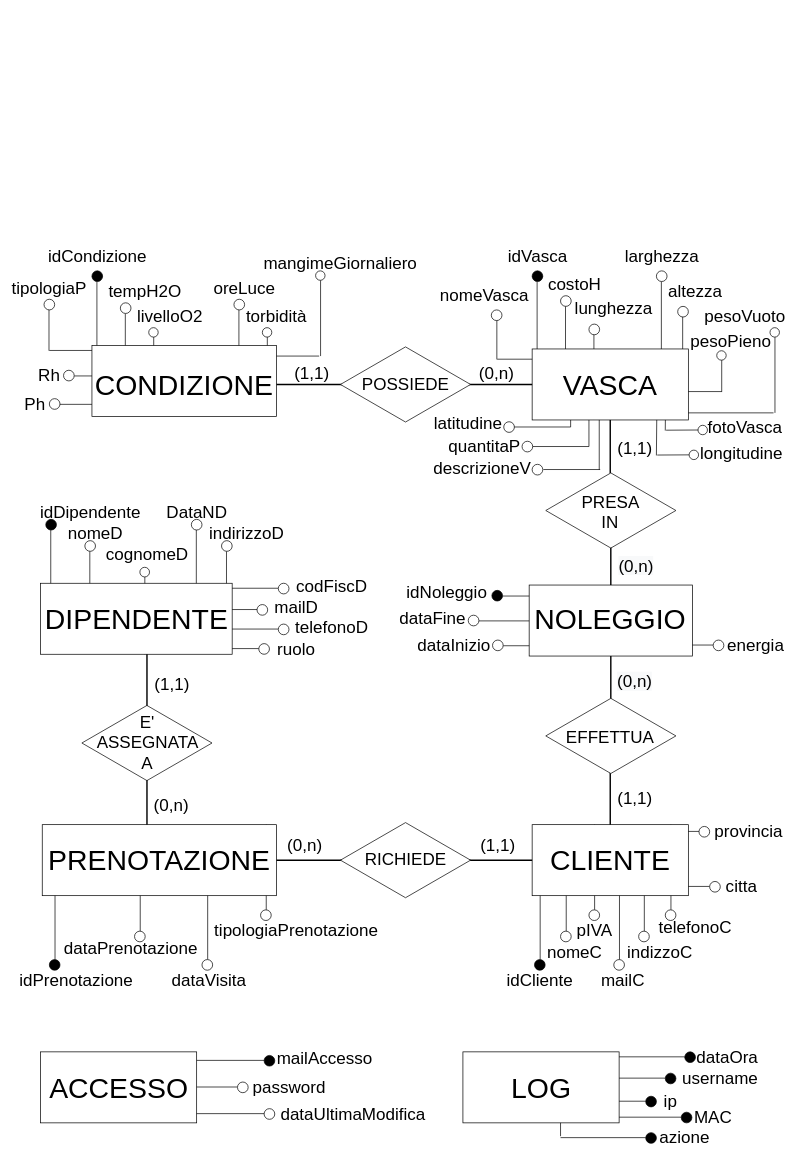
Above: Elaborato/ER.drawio in JacopoMattiaMarconi/Elaborato (draw.io), before the change. Source tidied: cells renumbered, new cells numbered last; positions are measured from the earlier drawing's top-left corner, leaving out a move shared by most shapes. Both pictures are drawn from the tidied source at 71%, with x=0, y=0 at pixel (21, 249).
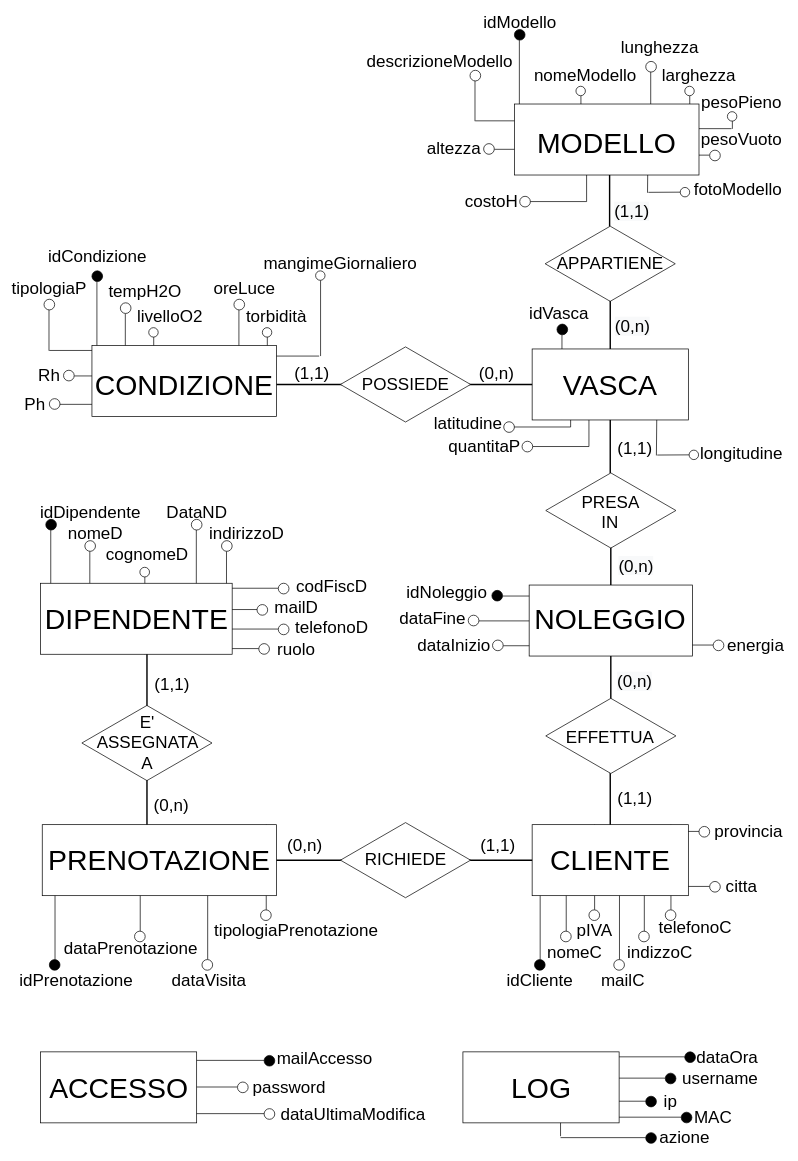
The same diagram, later.

The change refers to these unchanged cells:
```xml
<mxCell id="156" style="rounded=0;whiteSpace=wrap;html=1;" parent="1" vertex="1">
  <mxGeometry x="720" y="140" width="220" height="100" as="geometry" />
</mxCell>
```

What changed in the source:
```diff
@@
+    <mxCell id="280" style="group;" parent="1" vertex="1">
+      <mxGeometry x="702.5" y="-110" width="94.2" height="50" as="geometry" />
+    </mxCell>
+    <mxCell id="281" style="endArrow=none;html=1;" parent="280" edge="1">
+      <mxGeometry relative="1" as="geometry">
+        <mxPoint x="94.2" y="42.5" as="sourcePoint" />
+        <mxPoint x="94.2" as="targetPoint" />
+      </mxGeometry>
+    </mxCell>
+    <mxCell id="282" style="endArrow=none;html=1;" parent="280" edge="1">
+      <mxGeometry relative="1" as="geometry">
+        <mxPoint x="14.2" y="42.4" as="sourcePoint" />
+        <mxPoint x="94.2" y="42.4" as="targetPoint" />
+      </mxGeometry>
+    </mxCell>
+    <mxCell id="283" style="ellipse;whiteSpace=wrap;html=1;rotation=0;fillColor=#FFFFFF;" parent="280" vertex="1">
+      <mxGeometry y="35" width="15" height="15" as="geometry" />
+    </mxCell>
+    <mxCell id="284" style="group;rotation=90;" parent="1" vertex="1">
+      <mxGeometry x="910" y="-200" width="15" height="135" as="geometry" />
+    </mxCell>
+    <mxCell id="285" style="endArrow=none;html=1;" parent="284" edge="1">
+      <mxGeometry relative="1" as="geometry">
+        <mxPoint x="-60" y="67" as="sourcePoint" />
+        <mxPoint x="60" y="67" as="targetPoint" />
+      </mxGeometry>
+    </mxCell>
+    <mxCell id="286" style="ellipse;whiteSpace=wrap;html=1;rotation=90;fillColor=#FFFFFF;" parent="284" vertex="1">
+      <mxGeometry x="60" y="60" width="15" height="15" as="geometry" />
+    </mxCell>
+    <mxCell id="287" style="endArrow=none;html=1;" parent="1" edge="1">
+      <mxGeometry relative="1" as="geometry">
+        <mxPoint x="890.8" y="-170.3" as="sourcePoint" />
+        <mxPoint x="1000.8" y="-170.3" as="targetPoint" />
+      </mxGeometry>
+    </mxCell>
+    <mxCell id="288" style="group;" parent="1" vertex="1">
+      <mxGeometry x="882.5" y="-130" width="59.4" height="55.8" as="geometry" />
+    </mxCell>
+    <mxCell id="289" style="endArrow=none;html=1;" parent="288" edge="1">
+      <mxGeometry relative="1" as="geometry">
+        <mxPoint y="50" as="sourcePoint" />
+        <mxPoint x="0.5" as="targetPoint" />
+      </mxGeometry>
+    </mxCell>
+    <mxCell id="290" style="endArrow=none;html=1;entryX=0;entryY=0.5;entryDx=0;entryDy=0;" parent="288" edge="1" target="11">
+      <mxGeometry relative="1" as="geometry">
+        <mxPoint x="1.2" y="49.4" as="sourcePoint" />
+      </mxGeometry>
+    </mxCell>
+    <mxCell id="11" style="ellipse;whiteSpace=wrap;html=1;rotation=0;fillColor=#FFFFFF;" parent="288" vertex="1">
+      <mxGeometry x="46.1" y="42.5" width="13.3" height="13.3" as="geometry" />
+    </mxCell>
+    <mxCell id="291" style="line;strokeWidth=2;html=1;rotation=90;" parent="1" vertex="1">
+      <mxGeometry x="770" y="95" width="120" height="10" as="geometry" />
+    </mxCell>
@@
-    <mxCell id="8" style="group;" parent="1" vertex="1">
-      <mxGeometry x="907.5" y="205" width="59.4" height="55.8" as="geometry" />
-    </mxCell>
-    <mxCell id="9" style="endArrow=none;html=1;" parent="8" edge="1">
-      <mxGeometry relative="1" as="geometry">
-        <mxPoint y="50" as="sourcePoint" />
-        <mxPoint x="0.5" as="targetPoint" />
-      </mxGeometry>
-    </mxCell>
-    <mxCell id="10" style="endArrow=none;html=1;entryX=0;entryY=0.5;entryDx=0;entryDy=0;" parent="8" edge="1" target="11">
-      <mxGeometry relative="1" as="geometry">
-        <mxPoint x="1.2" y="49.4" as="sourcePoint" />
-      </mxGeometry>
-    </mxCell>
-    <mxCell id="11" style="ellipse;whiteSpace=wrap;html=1;rotation=0;fillColor=#FFFFFF;" parent="8" vertex="1">
-      <mxGeometry x="46.1" y="42.5" width="13.3" height="13.3" as="geometry" />
-    </mxCell>
@@
-    <mxCell id="20" style="group;" parent="1" vertex="1">
-      <mxGeometry x="720" y="190" width="102.5" height="127.5" as="geometry" />
-    </mxCell>
-    <mxCell id="21" style="group;rotation=0;" parent="20" vertex="1">
-      <mxGeometry x="87.5" width="15" height="120" as="geometry" />
-    </mxCell>
-    <mxCell id="22" style="endArrow=none;html=1;" parent="21" edge="1">
-      <mxGeometry relative="1" as="geometry">
-        <mxPoint x="7" y="120" as="sourcePoint" />
-        <mxPoint x="7" y="13.3" as="targetPoint" />
-      </mxGeometry>
-    </mxCell>
-    <mxCell id="23" style="endArrow=none;html=1;" parent="20" edge="1">
-      <mxGeometry relative="1" as="geometry">
-        <mxPoint x="15.8" y="119.8" as="sourcePoint" />
-        <mxPoint x="95.8" y="119.8" as="targetPoint" />
-      </mxGeometry>
-    </mxCell>
-    <mxCell id="24" style="ellipse;whiteSpace=wrap;html=1;rotation=0;fillColor=#FFFFFF;" parent="20" vertex="1">
-      <mxGeometry y="112.5" width="15" height="15" as="geometry" />
-    </mxCell>
@@
-    <mxCell id="28" style="endArrow=none;html=1;" parent="1" edge="1">
-      <mxGeometry relative="1" as="geometry">
-        <mxPoint x="670.8" y="154.4" as="sourcePoint" />
-        <mxPoint x="750.8" y="154.4" as="targetPoint" />
-      </mxGeometry>
-    </mxCell>
@@
-    <mxCell id="43" style="endArrow=none;html=1;exitX=0.091;exitY=0.9;exitDx=0;exitDy=0;exitPerimeter=0;" parent="1" edge="1" source="156">
-      <mxGeometry relative="1" as="geometry">
-        <mxPoint x="1060" y="230" as="targetPoint" />
-      </mxGeometry>
-    </mxCell>
-    <mxCell id="44" style="endArrow=none;html=1;" parent="1" edge="1">
-      <mxGeometry relative="1" as="geometry">
-        <mxPoint x="877.5" y="200" as="sourcePoint" />
-        <mxPoint x="987.5" y="200" as="targetPoint" />
-      </mxGeometry>
-    </mxCell>
@@
-    <mxCell id="129" style="group;rotation=0;" parent="1" vertex="1">
-      <mxGeometry x="925" y="80" width="15" height="135" as="geometry" />
-    </mxCell>
-    <mxCell id="130" style="endArrow=none;html=1;" parent="129" edge="1">
-      <mxGeometry relative="1" as="geometry">
-        <mxPoint x="7" y="135" as="sourcePoint" />
-        <mxPoint x="7" y="15" as="targetPoint" />
-      </mxGeometry>
-    </mxCell>
-    <mxCell id="131" style="ellipse;whiteSpace=wrap;html=1;rotation=0;fillColor=#FFFFFF;" parent="129" vertex="1">
-      <mxGeometry width="15" height="15" as="geometry" />
-    </mxCell>
-    <mxCell id="132" style="group;rotation=0;" parent="1" vertex="1">
-      <mxGeometry x="895" y="30" width="15" height="135" as="geometry" />
-    </mxCell>
-    <mxCell id="133" style="endArrow=none;html=1;" parent="132" edge="1">
-      <mxGeometry relative="1" as="geometry">
-        <mxPoint x="7" y="135" as="sourcePoint" />
-        <mxPoint x="7" y="15" as="targetPoint" />
-      </mxGeometry>
-    </mxCell>
-    <mxCell id="134" style="ellipse;whiteSpace=wrap;html=1;rotation=0;fillColor=#FFFFFF;" parent="132" vertex="1">
-      <mxGeometry width="15" height="15" as="geometry" />
-    </mxCell>
-    <mxCell id="135" style="group;rotation=0;" parent="1" vertex="1">
-      <mxGeometry x="800" y="105" width="55" height="135" as="geometry" />
-    </mxCell>
-    <mxCell id="136" style="ellipse;whiteSpace=wrap;html=1;rotation=0;fillColor=#FFFFFF;" parent="135" vertex="1">
-      <mxGeometry width="15" height="15" as="geometry" />
-    </mxCell>
-    <mxCell id="137" style="endArrow=none;html=1;" parent="135" edge="1">
-      <mxGeometry relative="1" as="geometry">
-        <mxPoint x="7" y="135" as="sourcePoint" />
-        <mxPoint x="7" y="15" as="targetPoint" />
-      </mxGeometry>
-    </mxCell>
-    <mxCell id="138" value="&lt;span style=&quot;font-size: 24px&quot;&gt;lunghezza&lt;/span&gt;" style="text;html=1;strokeColor=none;fillColor=none;align=center;verticalAlign=middle;whiteSpace=wrap;rounded=0;" parent="135" vertex="1">
-      <mxGeometry x="15" y="-35" width="40" height="25" as="geometry" />
-    </mxCell>
-    <mxCell id="139" style="group;rotation=0;" parent="1" vertex="1">
-      <mxGeometry x="760" y="65" width="15" height="135" as="geometry" />
-    </mxCell>
-    <mxCell id="140" style="endArrow=none;html=1;" parent="139" edge="1">
-      <mxGeometry relative="1" as="geometry">
-        <mxPoint x="7" y="135" as="sourcePoint" />
-        <mxPoint x="7" y="15" as="targetPoint" />
-      </mxGeometry>
-    </mxCell>
-    <mxCell id="141" style="ellipse;whiteSpace=wrap;html=1;rotation=0;fillColor=#FFFFFF;" parent="139" vertex="1">
-      <mxGeometry width="15" height="15" as="geometry" />
-    </mxCell>
@@
     <mxCell id="145" style="group;rotation=0;" parent="1" vertex="1">
-      <mxGeometry x="720" y="30" width="15" height="135" as="geometry" />
+      <mxGeometry x="755" y="105" width="15" height="135" as="geometry" />
     </mxCell>
@@
     <mxCell id="168" value="&lt;span style=&quot;font-size: 24px&quot;&gt;idVasca&lt;/span&gt;" style="text;html=1;strokeColor=none;fillColor=none;align=center;verticalAlign=middle;whiteSpace=wrap;rounded=0;" parent="1" vertex="1">
-      <mxGeometry x="707.5" width="40" height="20" as="geometry" />
+      <mxGeometry x="738.3" y="80" width="40" height="20" as="geometry" />
     </mxCell>
@@
-    <mxCell id="170" value="&lt;span style=&quot;font-size: 24px&quot;&gt;costoH&lt;/span&gt;" style="text;html=1;strokeColor=none;fillColor=none;align=center;verticalAlign=middle;whiteSpace=wrap;rounded=0;" parent="1" vertex="1">
-      <mxGeometry x="760" y="40" width="40" height="20" as="geometry" />
-    </mxCell>
-    <mxCell id="171" value="&lt;span style=&quot;font-size: 24px&quot;&gt;larghezza&lt;/span&gt;" style="text;html=1;strokeColor=none;fillColor=none;align=center;verticalAlign=middle;whiteSpace=wrap;rounded=0;" parent="1" vertex="1">
-      <mxGeometry x="882.5" width="40" height="20" as="geometry" />
-    </mxCell>
-    <mxCell id="172" value="&lt;span style=&quot;font-size: 24px&quot;&gt;altezza&lt;/span&gt;" style="text;html=1;strokeColor=none;fillColor=none;align=center;verticalAlign=middle;whiteSpace=wrap;rounded=0;" parent="1" vertex="1">
-      <mxGeometry x="930" y="50" width="40" height="20" as="geometry" />
-    </mxCell>
@@
     <mxCell id="212" style="group;rotation=0;" parent="1" vertex="1">
-      <mxGeometry x="415" y="30" width="15" height="120" as="geometry" />
+      <mxGeometry x="415" y="30" width="115" height="120" as="geometry" />
     </mxCell>
@@
-    <mxCell id="219" style="group;rotation=0;" parent="1" vertex="1">
-      <mxGeometry x="1055" y="110" width="15" height="120" as="geometry" />
-    </mxCell>
-    <mxCell id="220" style="endArrow=none;html=1;" parent="219" edge="1">
-      <mxGeometry relative="1" as="geometry">
-        <mxPoint x="7" y="120" as="sourcePoint" />
-        <mxPoint x="7" y="13.3" as="targetPoint" />
-      </mxGeometry>
-    </mxCell>
-    <mxCell id="221" style="ellipse;whiteSpace=wrap;html=1;rotation=0;fillColor=#FFFFFF;" parent="219" vertex="1">
-      <mxGeometry width="13.3" height="13.3" as="geometry" />
-    </mxCell>
@@
-    <mxCell id="225" style="group;rotation=0;" parent="1" vertex="1">
-      <mxGeometry x="980" y="150" width="15" height="50" as="geometry" />
-    </mxCell>
-    <mxCell id="226" style="endArrow=none;html=1;" parent="225" edge="1">
-      <mxGeometry relative="1" as="geometry">
-        <mxPoint x="7" y="50" as="sourcePoint" />
-        <mxPoint x="7" y="5.6" as="targetPoint" />
-      </mxGeometry>
-    </mxCell>
-    <mxCell id="227" style="ellipse;whiteSpace=wrap;html=1;rotation=0;fillColor=#FFFFFF;" parent="1" vertex="1">
-      <mxGeometry x="980" y="142.5" width="13.3" height="13.3" as="geometry" />
-    </mxCell>
-    <mxCell id="228" value="&lt;span style=&quot;font-size: 24px&quot;&gt;pesoPieno&lt;/span&gt;" style="text;html=1;strokeColor=none;fillColor=none;align=center;verticalAlign=middle;whiteSpace=wrap;rounded=0;" parent="1" vertex="1">
-      <mxGeometry x="980" y="120" width="40" height="20" as="geometry" />
-    </mxCell>
-    <mxCell id="229" value="&lt;span style=&quot;font-size: 24px&quot;&gt;pesoVuoto&lt;/span&gt;" style="text;html=1;strokeColor=none;fillColor=none;align=center;verticalAlign=middle;whiteSpace=wrap;rounded=0;" parent="1" vertex="1">
-      <mxGeometry x="1000" y="85" width="40" height="20" as="geometry" />
-    </mxCell>
@@
-    <mxCell id="238" style="group;rotation=0;" parent="1" vertex="1">
-      <mxGeometry x="663.3" y="87.3" width="17.5" height="67.5" as="geometry" />
-    </mxCell>
-    <mxCell id="239" style="endArrow=none;html=1;" parent="238" edge="1">
-      <mxGeometry relative="1" as="geometry">
-        <mxPoint x="7" y="67.5" as="sourcePoint" />
-        <mxPoint x="7" y="7.5" as="targetPoint" />
-      </mxGeometry>
-    </mxCell>
-    <mxCell id="240" style="ellipse;whiteSpace=wrap;html=1;rotation=0;fillColor=#FFFFFF;" parent="238" vertex="1">
-      <mxGeometry x="-0.8" y="-2.3" width="15" height="15" as="geometry" />
-    </mxCell>
-    <mxCell id="241" value="&lt;span style=&quot;font-size: 24px&quot;&gt;nomeVasca&lt;/span&gt;" style="text;html=1;strokeColor=none;fillColor=none;align=center;verticalAlign=middle;whiteSpace=wrap;rounded=0;" parent="1" vertex="1">
-      <mxGeometry x="633.3" y="55" width="40" height="20" as="geometry" />
-    </mxCell>
-    <mxCell id="242" value="&lt;span style=&quot;font-size: 24px&quot;&gt;fotoVasca&lt;/span&gt;" style="text;html=1;strokeColor=none;fillColor=none;align=center;verticalAlign=middle;whiteSpace=wrap;rounded=0;" parent="1" vertex="1">
-      <mxGeometry x="1000" y="240.8" width="40" height="20" as="geometry" />
-    </mxCell>
@@
-    <mxCell id="244" value="&lt;span style=&quot;font-size: 24px&quot;&gt;descrizioneV&lt;/span&gt;" style="text;html=1;strokeColor=none;fillColor=none;align=center;verticalAlign=middle;whiteSpace=wrap;rounded=0;" parent="1" vertex="1">
-      <mxGeometry x="630" y="297.5" width="40" height="20" as="geometry" />
-    </mxCell>
@@
+    <mxCell id="292" style="line;strokeWidth=2;html=1;rotation=90;" parent="1" vertex="1">
+      <mxGeometry x="769.1" y="-97.5" width="120" height="10" as="geometry" />
+    </mxCell>
+    <mxCell id="293" style="html=1;whiteSpace=wrap;shape=isoRectangle;" parent="1" vertex="1">
+      <mxGeometry x="738.3" y="-35" width="183.3" height="110" as="geometry" />
+    </mxCell>
+    <mxCell id="294" value="&lt;span style=&quot;font-size: 24px&quot;&gt;APPARTIENE&lt;/span&gt;" style="text;html=1;strokeColor=none;fillColor=none;align=center;verticalAlign=middle;whiteSpace=wrap;rounded=0;" parent="1" vertex="1">
+      <mxGeometry x="810" y="10" width="40" height="20" as="geometry" />
+    </mxCell>
+    <mxCell id="295" style="group;rotation=-90;" parent="1" vertex="1">
+      <mxGeometry x="711.7" y="-209.2" width="15" height="135" as="geometry" />
+    </mxCell>
+    <mxCell id="296" style="endArrow=none;html=1;" parent="295" edge="1">
+      <mxGeometry relative="1" as="geometry">
+        <mxPoint x="75" y="68" as="sourcePoint" />
+        <mxPoint x="-45" y="68" as="targetPoint" />
+      </mxGeometry>
+    </mxCell>
+    <mxCell id="297" style="ellipse;whiteSpace=wrap;html=1;rotation=-90;fillColor=#FFFFFF;" parent="295" vertex="1">
+      <mxGeometry x="-60" y="60" width="15" height="15" as="geometry" />
+    </mxCell>
+    <mxCell id="298" style="group;rotation=0;" parent="1" vertex="1">
+      <mxGeometry x="935" y="-230" width="15" height="120" as="geometry" />
+    </mxCell>
+    <mxCell id="299" style="endArrow=none;html=1;" parent="298" edge="1">
+      <mxGeometry relative="1" as="geometry">
+        <mxPoint x="7" y="120" as="sourcePoint" />
+        <mxPoint x="7" y="13.3" as="targetPoint" />
+      </mxGeometry>
+    </mxCell>
+    <mxCell id="300" style="ellipse;whiteSpace=wrap;html=1;rotation=0;fillColor=#FFFFFF;" parent="298" vertex="1">
+      <mxGeometry width="13.3" height="13.3" as="geometry" />
+    </mxCell>
+    <mxCell id="301" style="group;rotation=0;" parent="1" vertex="1">
+      <mxGeometry x="880" y="-265" width="15" height="135" as="geometry" />
+    </mxCell>
+    <mxCell id="302" style="endArrow=none;html=1;" parent="301" edge="1">
+      <mxGeometry relative="1" as="geometry">
+        <mxPoint x="7" y="135" as="sourcePoint" />
+        <mxPoint x="7" y="15" as="targetPoint" />
+      </mxGeometry>
+    </mxCell>
+    <mxCell id="303" style="ellipse;whiteSpace=wrap;html=1;rotation=0;fillColor=#FFFFFF;" parent="301" vertex="1">
+      <mxGeometry width="15" height="15" as="geometry" />
+    </mxCell>
+    <mxCell id="304" style="group;rotation=0;" parent="1" vertex="1">
+      <mxGeometry x="781.7" y="-230" width="15" height="120" as="geometry" />
+    </mxCell>
+    <mxCell id="305" style="endArrow=none;html=1;" parent="304" edge="1">
+      <mxGeometry relative="1" as="geometry">
+        <mxPoint x="7" y="120" as="sourcePoint" />
+        <mxPoint x="7" y="13.3" as="targetPoint" />
+      </mxGeometry>
+    </mxCell>
+    <mxCell id="306" style="ellipse;whiteSpace=wrap;html=1;rotation=0;fillColor=#FFFFFF;" parent="304" vertex="1">
+      <mxGeometry width="13.3" height="13.3" as="geometry" />
+    </mxCell>
+    <mxCell id="307" style="endArrow=none;html=1;" parent="1" edge="1">
+      <mxGeometry relative="1" as="geometry">
+        <mxPoint x="640" y="-181.3" as="sourcePoint" />
+        <mxPoint x="720" y="-181.3" as="targetPoint" />
+      </mxGeometry>
+    </mxCell>
+    <mxCell id="308" style="group;rotation=0;" parent="1" vertex="1">
+      <mxGeometry x="695" y="-310" width="15" height="135" as="geometry" />
+    </mxCell>
+    <mxCell id="309" style="endArrow=none;html=1;" parent="308" edge="1">
+      <mxGeometry relative="1" as="geometry">
+        <mxPoint x="7" y="135" as="sourcePoint" />
+        <mxPoint x="7" y="15" as="targetPoint" />
+      </mxGeometry>
+    </mxCell>
+    <mxCell id="310" style="ellipse;whiteSpace=wrap;html=1;rotation=0;fillColor=#000000;" parent="308" vertex="1">
+      <mxGeometry width="15" height="15" as="geometry" />
+    </mxCell>
+    <mxCell id="311" style="rounded=0;whiteSpace=wrap;html=1;" parent="1" vertex="1">
+      <mxGeometry x="695" y="-205" width="260" height="100" as="geometry" />
+    </mxCell>
+    <mxCell id="312" value="&lt;span style=&quot;font-size: 40px&quot;&gt;MODELLO&lt;/span&gt;" style="text;html=1;strokeColor=none;fillColor=none;align=center;verticalAlign=middle;whiteSpace=wrap;rounded=0;" parent="1" vertex="1">
+      <mxGeometry x="805" y="-160" width="40" height="20" as="geometry" />
+    </mxCell>
+    <mxCell id="313" value="&lt;span style=&quot;font-size: 24px&quot;&gt;descrizioneModello&lt;/span&gt;" style="text;html=1;strokeColor=none;fillColor=none;align=center;verticalAlign=middle;whiteSpace=wrap;rounded=0;" parent="1" vertex="1">
+      <mxGeometry x="570" y="-275" width="40" height="20" as="geometry" />
+    </mxCell>
+    <mxCell id="314" value="&lt;span style=&quot;font-size: 24px&quot;&gt;nomeModello&lt;/span&gt;" style="text;html=1;strokeColor=none;fillColor=none;align=center;verticalAlign=middle;whiteSpace=wrap;rounded=0;" parent="1" vertex="1">
+      <mxGeometry x="775" y="-255" width="40" height="20" as="geometry" />
+    </mxCell>
+    <mxCell id="138" value="&lt;span style=&quot;font-size: 24px&quot;&gt;lunghezza&lt;/span&gt;" style="text;html=1;strokeColor=none;fillColor=none;align=center;verticalAlign=middle;whiteSpace=wrap;rounded=0;" parent="1" vertex="1">
+      <mxGeometry x="880" y="-295" width="40" height="20" as="geometry" />
+    </mxCell>
+    <mxCell id="171" value="&lt;span style=&quot;font-size: 24px&quot;&gt;larghezza&lt;/span&gt;" style="text;html=1;strokeColor=none;fillColor=none;align=center;verticalAlign=middle;whiteSpace=wrap;rounded=0;" parent="1" vertex="1">
+      <mxGeometry x="935" y="-255" width="40" height="20" as="geometry" />
+    </mxCell>
+    <mxCell id="315" style="group;rotation=0;" parent="1" vertex="1">
+      <mxGeometry x="632.5" y="-248.3" width="17.5" height="67.5" as="geometry" />
+    </mxCell>
+    <mxCell id="316" style="endArrow=none;html=1;" parent="315" edge="1">
+      <mxGeometry relative="1" as="geometry">
+        <mxPoint x="7" y="67.5" as="sourcePoint" />
+        <mxPoint x="7" y="7.5" as="targetPoint" />
+      </mxGeometry>
+    </mxCell>
+    <mxCell id="317" style="ellipse;whiteSpace=wrap;html=1;rotation=0;fillColor=#FFFFFF;" parent="315" vertex="1">
+      <mxGeometry y="-4.2" width="15" height="15" as="geometry" />
+    </mxCell>
+    <mxCell id="318" value="&lt;span style=&quot;font-size: 24px&quot;&gt;idModello&lt;/span&gt;" style="text;html=1;strokeColor=none;fillColor=none;align=center;verticalAlign=middle;whiteSpace=wrap;rounded=0;" parent="1" vertex="1">
+      <mxGeometry x="683.3" y="-330" width="40" height="20" as="geometry" />
+    </mxCell>
+    <mxCell id="172" value="&lt;span style=&quot;font-size: 24px&quot;&gt;altezza&lt;/span&gt;" style="text;html=1;strokeColor=none;fillColor=none;align=center;verticalAlign=middle;whiteSpace=wrap;rounded=0;" parent="1" vertex="1">
+      <mxGeometry x="590" y="-154.2" width="40" height="25" as="geometry" />
+    </mxCell>
+    <mxCell id="319" style="edgeStyle=orthogonalEdgeStyle;rounded=0;orthogonalLoop=1;jettySize=auto;html=1;exitX=0.5;exitY=1;exitDx=0;exitDy=0;" parent="1" edge="1" source="314" target="314">
+      <mxGeometry relative="1" as="geometry" />
+    </mxCell>
+    <mxCell id="320" value="&lt;span style=&quot;font-size: 24px&quot;&gt;fotoModello&lt;/span&gt;" style="text;html=1;strokeColor=none;fillColor=none;align=center;verticalAlign=middle;whiteSpace=wrap;rounded=0;" parent="1" vertex="1">
+      <mxGeometry x="990" y="-94.2" width="40" height="20" as="geometry" />
+    </mxCell>
+    <mxCell id="321" style="group;rotation=0;" parent="1" vertex="1">
+      <mxGeometry x="995" y="-186.7" width="15" height="16.7" as="geometry" />
+    </mxCell>
+    <mxCell id="322" style="endArrow=none;html=1;" parent="321" edge="1">
+      <mxGeometry relative="1" as="geometry">
+        <mxPoint x="7" y="16.7" as="sourcePoint" />
+        <mxPoint x="7" y="1.9" as="targetPoint" />
+      </mxGeometry>
+    </mxCell>
+    <mxCell id="323" style="ellipse;whiteSpace=wrap;html=1;rotation=0;fillColor=#FFFFFF;" parent="1" vertex="1">
+      <mxGeometry x="995" y="-194.2" width="13.3" height="13.3" as="geometry" />
+    </mxCell>
+    <mxCell id="228" value="&lt;span style=&quot;font-size: 24px&quot;&gt;pesoPieno&lt;/span&gt;" style="text;html=1;strokeColor=none;fillColor=none;align=center;verticalAlign=middle;whiteSpace=wrap;rounded=0;" parent="1" vertex="1">
+      <mxGeometry x="995" y="-216.7" width="40" height="20" as="geometry" />
+    </mxCell>
+    <mxCell id="229" value="&lt;span style=&quot;font-size: 24px&quot;&gt;pesoVuoto&lt;/span&gt;" style="text;html=1;strokeColor=none;fillColor=none;align=center;verticalAlign=middle;whiteSpace=wrap;rounded=0;" parent="1" vertex="1">
+      <mxGeometry x="995" y="-165" width="40" height="20" as="geometry" />
+    </mxCell>
+    <mxCell id="324" style="text;html=1;strokeColor=none;fillColor=none;align=center;verticalAlign=middle;whiteSpace=wrap;rounded=0;" parent="1" vertex="1">
+      <mxGeometry x="630" y="-78.3" width="40" height="20" as="geometry" />
+    </mxCell>
+    <mxCell id="170" value="&lt;span style=&quot;font-size: 24px&quot;&gt;costoH&lt;/span&gt;" style="text;html=1;strokeColor=none;fillColor=none;align=center;verticalAlign=middle;whiteSpace=wrap;rounded=0;" parent="1" vertex="1">
+      <mxGeometry x="642.5" y="-78.3" width="40" height="20" as="geometry" />
+    </mxCell>
+    <mxCell id="325" value="&lt;span style=&quot;color: rgb(0 , 0 , 0) ; font-family: &amp;#34;helvetica&amp;#34; ; font-size: 24px ; font-style: normal ; font-weight: 400 ; letter-spacing: normal ; text-align: center ; text-indent: 0px ; text-transform: none ; word-spacing: 0px ; background-color: rgb(248 , 249 , 250) ; display: inline ; float: none&quot;&gt;(1,1)&lt;/span&gt;" style="text;whiteSpace=wrap;html=1;" parent="1" vertex="1">
+      <mxGeometry x="834.1" y="-74.2" width="70" height="30" as="geometry" />
+    </mxCell>
+    <mxCell id="326" value="&lt;span style=&quot;color: rgb(0 , 0 , 0) ; font-family: &amp;#34;helvetica&amp;#34; ; font-size: 24px ; font-style: normal ; font-weight: 400 ; letter-spacing: normal ; text-align: center ; text-indent: 0px ; text-transform: none ; word-spacing: 0px ; background-color: rgb(248 , 249 , 250) ; display: inline ; float: none&quot;&gt;(0,n)&lt;/span&gt;" style="text;whiteSpace=wrap;html=1;" parent="1" vertex="1">
+      <mxGeometry x="835" y="87.5" width="70" height="30" as="geometry" />
+    </mxCell>
```
